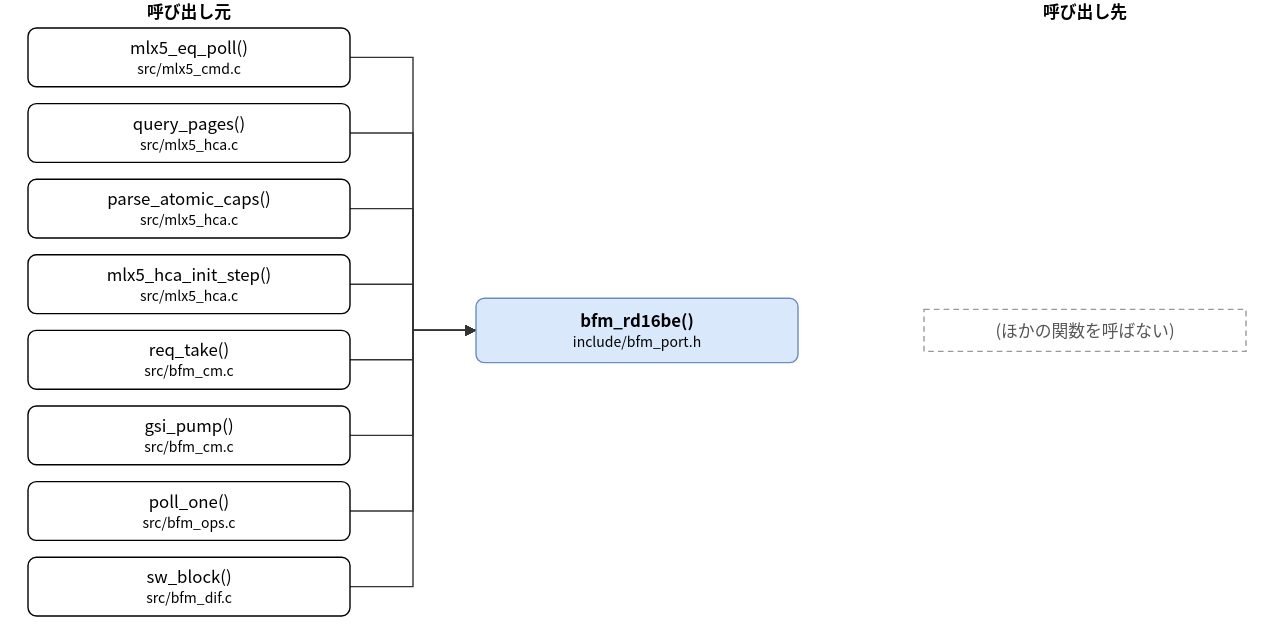
This is doc/spec/images/call_include_bfm_port-bfm_rd16be.drawio.svg from hf355051012-ai/bfmem, a draw.io export, as it was before one commit. Source tidied: cells renumbered, new cells last; positions are measured from the earlier drawing's top-left corner, leaving out a move shared by most shapes.
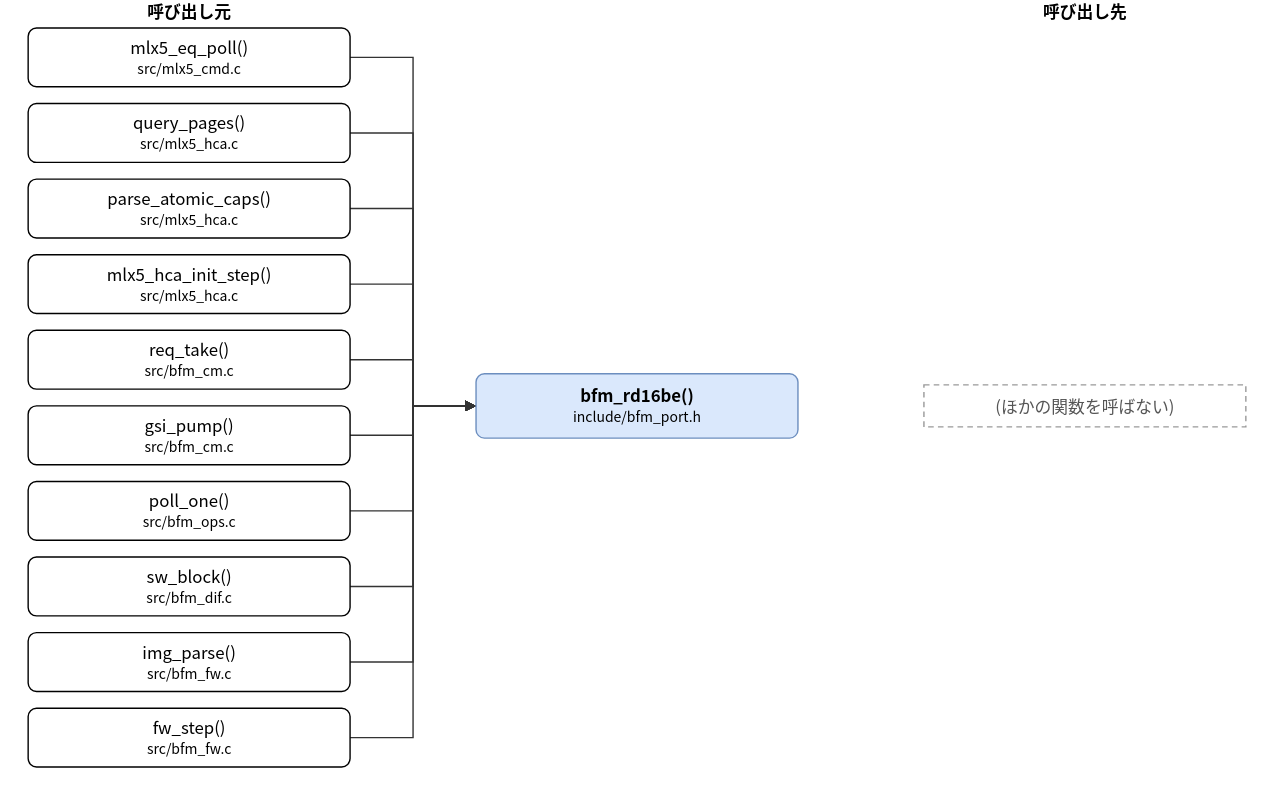
Above is the later version.

What changed in the source:
```diff
@@ -3,7 +3,7 @@
     <mxCell id="0" />
     <mxCell id="1" parent="0" />
     <mxCell id="2" value="bfm_rd16be()&lt;br&gt;&lt;font style=&quot;font-size:10px&quot;&gt;include/bfm_port.h&lt;/font&gt;" style="rounded=1;whiteSpace=wrap;html=1;fillColor=#dae8fc;strokeColor=#6c8ebf;fontStyle=1;" parent="1" vertex="1">
-      <mxGeometry x="320" y="213" width="230" height="46" as="geometry" />
+      <mxGeometry x="320" y="267" width="230" height="46" as="geometry" />
     </mxCell>
     <mxCell id="3" value="mlx5_eq_poll()&lt;br&gt;&lt;font style=&quot;font-size:10px&quot;&gt;src/mlx5_cmd.c&lt;/font&gt;" style="rounded=1;whiteSpace=wrap;html=1;" parent="1" vertex="1">
       <mxGeometry y="20" width="230" height="42" as="geometry" />
@@ -29,14 +29,20 @@
     <mxCell id="10" value="sw_block()&lt;br&gt;&lt;font style=&quot;font-size:10px&quot;&gt;src/bfm_dif.c&lt;/font&gt;" style="rounded=1;whiteSpace=wrap;html=1;" parent="1" vertex="1">
       <mxGeometry y="398" width="230" height="42" as="geometry" />
     </mxCell>
+    <mxCell id="22" value="img_parse()&lt;br&gt;&lt;font style=&quot;font-size:10px&quot;&gt;src/bfm_fw.c&lt;/font&gt;" style="rounded=1;whiteSpace=wrap;html=1;" parent="1" vertex="1">
+      <mxGeometry y="452" width="230" height="42" as="geometry" />
+    </mxCell>
+    <mxCell id="23" value="fw_step()&lt;br&gt;&lt;font style=&quot;font-size:10px&quot;&gt;src/bfm_fw.c&lt;/font&gt;" style="rounded=1;whiteSpace=wrap;html=1;" parent="1" vertex="1">
+      <mxGeometry y="506" width="230" height="42" as="geometry" />
+    </mxCell>
     <mxCell id="11" value="(ほかの関数を呼ばない)" style="rounded=0;whiteSpace=wrap;html=1;dashed=1;strokeColor=#999999;fontColor=#555555;dashed=1;" parent="1" vertex="1">
-      <mxGeometry x="640" y="221" width="230" height="30" as="geometry" />
+      <mxGeometry x="640" y="275" width="230" height="30" as="geometry" />
     </mxCell>
     <mxCell id="12" style="edgeStyle=none;html=1;rounded=0;endArrow=block;endFill=1;exitX=1.0000;exitY=0.5000;exitDx=0;exitDy=0;exitPerimeter=0;entryX=0.0000;entryY=0.5000;entryDx=0;entryDy=0;entryPerimeter=0;" parent="1" edge="1" source="3" target="2">
       <mxGeometry relative="1" as="geometry">
         <Array as="points">
           <mxPoint x="275" y="41" />
-          <mxPoint x="275" y="236" />
+          <mxPoint x="275" y="290" />
         </Array>
       </mxGeometry>
     </mxCell>
@@ -44,7 +50,7 @@
       <mxGeometry relative="1" as="geometry">
         <Array as="points">
           <mxPoint x="275" y="95" />
-          <mxPoint x="275" y="236" />
+          <mxPoint x="275" y="290" />
         </Array>
       </mxGeometry>
     </mxCell>
@@ -52,7 +58,7 @@
       <mxGeometry relative="1" as="geometry">
         <Array as="points">
           <mxPoint x="275" y="149" />
-          <mxPoint x="275" y="236" />
+          <mxPoint x="275" y="290" />
         </Array>
       </mxGeometry>
     </mxCell>
@@ -60,7 +66,7 @@
       <mxGeometry relative="1" as="geometry">
         <Array as="points">
           <mxPoint x="275" y="203" />
-          <mxPoint x="275" y="236" />
+          <mxPoint x="275" y="290" />
         </Array>
       </mxGeometry>
     </mxCell>
@@ -68,7 +74,7 @@
       <mxGeometry relative="1" as="geometry">
         <Array as="points">
           <mxPoint x="275" y="257" />
-          <mxPoint x="275" y="236" />
+          <mxPoint x="275" y="290" />
         </Array>
       </mxGeometry>
     </mxCell>
@@ -76,7 +82,7 @@
       <mxGeometry relative="1" as="geometry">
         <Array as="points">
           <mxPoint x="275" y="311" />
-          <mxPoint x="275" y="236" />
+          <mxPoint x="275" y="290" />
         </Array>
       </mxGeometry>
     </mxCell>
@@ -84,7 +90,7 @@
       <mxGeometry relative="1" as="geometry">
         <Array as="points">
           <mxPoint x="275" y="365" />
-          <mxPoint x="275" y="236" />
+          <mxPoint x="275" y="290" />
         </Array>
       </mxGeometry>
     </mxCell>
@@ -92,10 +98,26 @@
       <mxGeometry relative="1" as="geometry">
         <Array as="points">
           <mxPoint x="275" y="419" />
-          <mxPoint x="275" y="236" />
+          <mxPoint x="275" y="290" />
         </Array>
       </mxGeometry>
     </mxCell>
+    <mxCell id="24" style="edgeStyle=none;html=1;rounded=0;endArrow=block;endFill=1;exitX=1.0000;exitY=0.5000;exitDx=0;exitDy=0;exitPerimeter=0;entryX=0.0000;entryY=0.5000;entryDx=0;entryDy=0;entryPerimeter=0;" parent="1" edge="1" source="22" target="2">
+      <mxGeometry relative="1" as="geometry">
+        <Array as="points">
+          <mxPoint x="275" y="473" />
+          <mxPoint x="275" y="290" />
+        </Array>
+      </mxGeometry>
+    </mxCell>
+    <mxCell id="25" style="edgeStyle=none;html=1;rounded=0;endArrow=block;endFill=1;exitX=1.0000;exitY=0.5000;exitDx=0;exitDy=0;exitPerimeter=0;entryX=0.0000;entryY=0.5000;entryDx=0;entryDy=0;entryPerimeter=0;" parent="1" edge="1" source="23" target="2">
+      <mxGeometry relative="1" as="geometry">
+        <Array as="points">
+          <mxPoint x="275" y="527" />
+          <mxPoint x="275" y="290" />
+        </Array>
+      </mxGeometry>
+    </mxCell>
     <mxCell id="20" value="呼び出し元" style="text;html=1;align=center;fontStyle=1;" parent="1" vertex="1">
       <mxGeometry x="35" width="160" height="18" as="geometry" />
     </mxCell>
```
